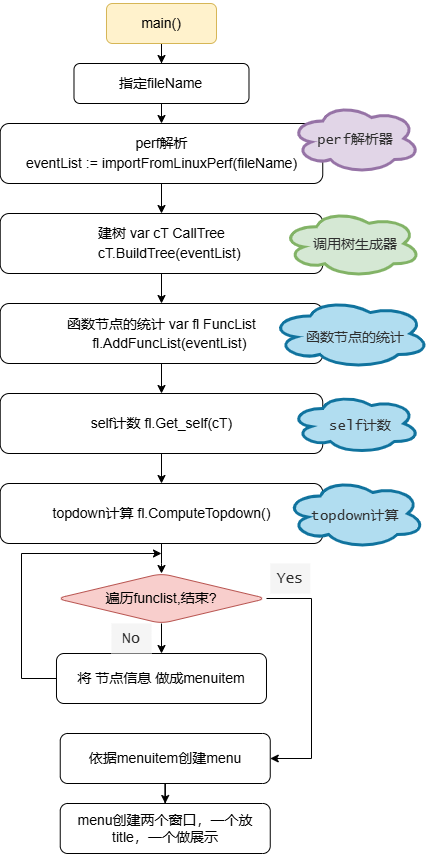
Earlier version of the draw.io export main_ui.drawio.png (Dong-J93/os_pic2024). Source tidied: cells renumbered, new cells last; positions are measured from the earlier drawing's top-left corner, leaving out a move shared by most shapes. Its diagram source:
```xml
<mxGraphModel>
  <root>
    <mxCell id="0" />
    <mxCell id="1" parent="0" />
    <mxCell id="2" style="edgeStyle=orthogonalEdgeStyle;rounded=0;jettySize=auto;html=1;" parent="1" edge="1" source="3" target="9">
      <mxGeometry relative="1" as="geometry" />
    </mxCell>
    <mxCell id="3" value="&lt;p style=&quot;font-size: 14px; line-height: 19px; white-space: pre;&quot;&gt;main()&lt;/p&gt;" style="rounded=1;whiteSpace=wrap;html=1;fillColor=#fff2cc;strokeColor=#d6b656;" parent="1" vertex="1">
      <mxGeometry x="106" width="110" height="40" as="geometry" />
    </mxCell>
    <mxCell id="4" style="edgeStyle=orthogonalEdgeStyle;rounded=0;jettySize=auto;html=1;" parent="1" edge="1" source="5" target="11">
      <mxGeometry relative="1" as="geometry" />
    </mxCell>
    <mxCell id="5" value="&lt;pre style=&quot;line-height: 19px; white-space: pre;&quot;&gt;&lt;font style=&quot;font-size: 14px;&quot;&gt;&lt;font style=&quot;&quot; face=&quot;Helvetica&quot;&gt;perf解析&lt;br&gt;&lt;/font&gt;&lt;font style=&quot;&quot; face=&quot;Helvetica&quot;&gt;eventList := importFromLinuxPerf(fileName)&lt;/font&gt;&lt;/font&gt;&lt;/pre&gt;" style="rounded=1;whiteSpace=wrap;html=1;" parent="1" vertex="1">
      <mxGeometry x="-0.3" y="120" width="322.5" height="60" as="geometry" />
    </mxCell>
    <mxCell id="6" value="&lt;span style=&quot;color: rgba(0, 0, 0, 0); font-family: monospace; font-size: 0px; text-align: start; text-wrap: nowrap;&quot;&gt;%3CmxGraphModel%3E%3Croot%3E%3CmxCell%20id%3D%220%22%2F%3E%3CmxCell%20id%3D%221%22%20parent%3D%220%22%2F%3E%3CmxCell%20id%3D%222%22%20value%3D%22%22%20style%3D%22ellipse%3Bshape%3Dcloud%3BwhiteSpace%3Dwrap%3Bhtml%3D1%3BfillColor%3Dnone%3B%22%20vertex%3D%221%22%20parent%3D%221%22%3E%3CmxGeometry%20x%3D%22330%22%20y%3D%22517%22%20width%3D%22250%22%20height%3D%22120%22%20as%3D%22geometry%22%2F%3E%3C%2FmxCell%3E%3C%2Froot%3E%3C%2FmxGraphModel%3E&lt;/span&gt;" style="ellipse;shape=cloud;whiteSpace=wrap;html=1;fillColor=#e1d5e7;strokeColor=#9673a6;strokeWidth=3;" parent="1" vertex="1">
      <mxGeometry x="289.8" y="100" width="130" height="70" as="geometry" />
    </mxCell>
    <mxCell id="7" value="&lt;font face=&quot;Lucida Console&quot; color=&quot;#2e2e2e&quot; style=&quot;font-size: 14px;&quot;&gt;perf解析器&lt;/font&gt;" style="text;html=1;align=center;verticalAlign=middle;whiteSpace=wrap;rounded=0;fontColor=#1F1F1F;" parent="1" vertex="1">
      <mxGeometry x="299.8" y="120" width="110" height="34" as="geometry" />
    </mxCell>
    <mxCell id="8" style="edgeStyle=orthogonalEdgeStyle;rounded=0;jettySize=auto;html=1;" parent="1" edge="1" source="9" target="5">
      <mxGeometry relative="1" as="geometry" />
    </mxCell>
    <mxCell id="9" value="&lt;font style=&quot;font-size: 14px;&quot;&gt;指定fileName&lt;/font&gt;" style="whiteSpace=wrap;html=1;rounded=1;" parent="1" vertex="1">
      <mxGeometry x="73.5" y="60" width="175" height="40" as="geometry" />
    </mxCell>
    <mxCell id="10" style="edgeStyle=orthogonalEdgeStyle;rounded=0;jettySize=auto;html=1;" parent="1" edge="1" source="11" target="15">
      <mxGeometry relative="1" as="geometry" />
    </mxCell>
    <mxCell id="11" value="&lt;p style=&quot;line-height: 19px; white-space: pre;&quot;&gt;&lt;font face=&quot;Helvetica&quot; style=&quot;font-size: 14px;&quot;&gt;建树 var cT CallTree&lt;br&gt;&amp;nbsp; &amp;nbsp; cT.BuildTree(eventList)&lt;/font&gt;&lt;/p&gt;" style="rounded=1;whiteSpace=wrap;html=1;" parent="1" vertex="1">
      <mxGeometry x="-0.3" y="210" width="322.5" height="60" as="geometry" />
    </mxCell>
    <mxCell id="12" value="&lt;span style=&quot;color: rgba(0, 0, 0, 0); font-family: monospace; font-size: 0px; text-align: start; text-wrap: nowrap;&quot;&gt;%3CmxGraphModel%3E%3Croot%3E%3CmxCell%20id%3D%220%22%2F%3E%3CmxCell%20id%3D%221%22%20parent%3D%220%22%2F%3E%3CmxCell%20id%3D%222%22%20value%3D%22%22%20style%3D%22ellipse%3Bshape%3Dcloud%3BwhiteSpace%3Dwrap%3Bhtml%3D1%3BfillColor%3Dnone%3B%22%20vertex%3D%221%22%20parent%3D%221%22%3E%3CmxGeometry%20x%3D%22330%22%20y%3D%22517%22%20width%3D%22250%22%20height%3D%22120%22%20as%3D%22geometry%22%2F%3E%3C%2FmxCell%3E%3C%2Froot%3E%3C%2FmxGraphModel%3E&lt;/span&gt;" style="ellipse;shape=cloud;whiteSpace=wrap;html=1;fillColor=#d5e8d4;strokeColor=#82b366;strokeWidth=3;" parent="1" vertex="1">
      <mxGeometry x="281" y="206.2" width="140" height="67.5" as="geometry" />
    </mxCell>
    <mxCell id="13" value="&lt;font face=&quot;Lucida Console&quot; color=&quot;#2e2e2e&quot;&gt;&lt;span style=&quot;font-size: 14px;&quot;&gt;调用树生成器&lt;/span&gt;&lt;/font&gt;" style="text;html=1;align=center;verticalAlign=middle;whiteSpace=wrap;rounded=0;fontColor=#1F1F1F;" parent="1" vertex="1">
      <mxGeometry x="299.8" y="225" width="110" height="34" as="geometry" />
    </mxCell>
    <mxCell id="14" style="edgeStyle=orthogonalEdgeStyle;rounded=0;jettySize=auto;html=1;" parent="1" edge="1" source="15" target="17">
      <mxGeometry relative="1" as="geometry" />
    </mxCell>
    <mxCell id="15" value="&lt;div style=&quot;font-size: 14px; line-height: 19px; white-space: pre;&quot;&gt;&lt;pre style=&quot;&quot;&gt;&lt;font face=&quot;Helvetica&quot;&gt;函数节点的统计 var fl FuncList&lt;br&gt;&amp;nbsp; &amp;nbsp; fl.AddFuncList(eventList)&lt;/font&gt;&lt;/pre&gt;&lt;/div&gt;" style="rounded=1;whiteSpace=wrap;html=1;" parent="1" vertex="1">
      <mxGeometry x="-0.3" y="300" width="322.5" height="60" as="geometry" />
    </mxCell>
    <mxCell id="16" style="edgeStyle=orthogonalEdgeStyle;rounded=0;jettySize=auto;html=1;" parent="1" edge="1" source="17" target="23">
      <mxGeometry relative="1" as="geometry" />
    </mxCell>
    <mxCell id="17" value="&lt;div style=&quot;font-size: 14px; line-height: 19px; white-space: pre;&quot;&gt;&lt;pre style=&quot;&quot;&gt;&lt;font face=&quot;Helvetica&quot;&gt;self计数 fl.Get_self(cT)&lt;/font&gt;&lt;/pre&gt;&lt;/div&gt;" style="rounded=1;whiteSpace=wrap;html=1;" parent="1" vertex="1">
      <mxGeometry x="-0.3" y="390" width="322.5" height="60" as="geometry" />
    </mxCell>
    <mxCell id="18" value="&lt;span style=&quot;color: rgba(0, 0, 0, 0); font-family: monospace; font-size: 0px; text-align: start; text-wrap: nowrap;&quot;&gt;%3CmxGraphModel%3E%3Croot%3E%3CmxCell%20id%3D%220%22%2F%3E%3CmxCell%20id%3D%221%22%20parent%3D%220%22%2F%3E%3CmxCell%20id%3D%222%22%20value%3D%22%22%20style%3D%22ellipse%3Bshape%3Dcloud%3BwhiteSpace%3Dwrap%3Bhtml%3D1%3BfillColor%3Dnone%3B%22%20vertex%3D%221%22%20parent%3D%221%22%3E%3CmxGeometry%20x%3D%22330%22%20y%3D%22517%22%20width%3D%22250%22%20height%3D%22120%22%20as%3D%22geometry%22%2F%3E%3C%2FmxCell%3E%3C%2Froot%3E%3C%2FmxGraphModel%3E&lt;/span&gt;" style="ellipse;shape=cloud;whiteSpace=wrap;html=1;fillColor=#b1ddf0;strokeColor=#10739e;strokeWidth=3;" parent="1" vertex="1">
      <mxGeometry x="269.8" y="295" width="160" height="70" as="geometry" />
    </mxCell>
    <mxCell id="19" value="&lt;font face=&quot;Lucida Console&quot; color=&quot;#2e2e2e&quot;&gt;&lt;span style=&quot;font-size: 14px;&quot;&gt;函数节点的统计&lt;/span&gt;&lt;/font&gt;" style="text;html=1;align=center;verticalAlign=middle;whiteSpace=wrap;rounded=0;fontColor=#1F1F1F;" parent="1" vertex="1">
      <mxGeometry x="299.8" y="318" width="110" height="34" as="geometry" />
    </mxCell>
    <mxCell id="20" value="&lt;span style=&quot;color: rgba(0, 0, 0, 0); font-family: monospace; font-size: 0px; text-align: start; text-wrap: nowrap;&quot;&gt;%3CmxGraphModel%3E%3Croot%3E%3CmxCell%20id%3D%220%22%2F%3E%3CmxCell%20id%3D%221%22%20parent%3D%220%22%2F%3E%3CmxCell%20id%3D%222%22%20value%3D%22%22%20style%3D%22ellipse%3Bshape%3Dcloud%3BwhiteSpace%3Dwrap%3Bhtml%3D1%3BfillColor%3Dnone%3B%22%20vertex%3D%221%22%20parent%3D%221%22%3E%3CmxGeometry%20x%3D%22330%22%20y%3D%22517%22%20width%3D%22250%22%20height%3D%22120%22%20as%3D%22geometry%22%2F%3E%3C%2FmxCell%3E%3C%2Froot%3E%3C%2FmxGraphModel%3E&lt;/span&gt;" style="ellipse;shape=cloud;whiteSpace=wrap;html=1;fillColor=#b1ddf0;strokeColor=#10739e;strokeWidth=3;" parent="1" vertex="1">
      <mxGeometry x="289.8" y="390" width="130" height="60" as="geometry" />
    </mxCell>
    <mxCell id="21" value="&lt;font face=&quot;Lucida Console&quot; color=&quot;#2e2e2e&quot;&gt;&lt;span style=&quot;font-size: 14px;&quot;&gt;self计数&lt;/span&gt;&lt;/font&gt;" style="text;html=1;align=center;verticalAlign=middle;whiteSpace=wrap;rounded=0;fontColor=#1F1F1F;" parent="1" vertex="1">
      <mxGeometry x="304.8" y="405.5" width="110" height="34" as="geometry" />
    </mxCell>
    <mxCell id="22" style="edgeStyle=orthogonalEdgeStyle;rounded=0;jettySize=auto;html=1;" parent="1" edge="1" source="23" target="28">
      <mxGeometry relative="1" as="geometry" />
    </mxCell>
    <mxCell id="23" value="&lt;div style=&quot;font-size: 14px; line-height: 19px; white-space: pre;&quot;&gt;&lt;pre style=&quot;&quot;&gt;&lt;font face=&quot;Helvetica&quot;&gt;topdown计算 fl.ComputeTopdown()&lt;/font&gt;&lt;/pre&gt;&lt;/div&gt;" style="rounded=1;whiteSpace=wrap;html=1;" parent="1" vertex="1">
      <mxGeometry x="-0.3" y="480" width="322.5" height="60" as="geometry" />
    </mxCell>
    <mxCell id="24" value="&lt;span style=&quot;color: rgba(0, 0, 0, 0); font-family: monospace; font-size: 0px; text-align: start; text-wrap: nowrap;&quot;&gt;%3CmxGraphModel%3E%3Croot%3E%3CmxCell%20id%3D%220%22%2F%3E%3CmxCell%20id%3D%221%22%20parent%3D%220%22%2F%3E%3CmxCell%20id%3D%222%22%20value%3D%22%22%20style%3D%22ellipse%3Bshape%3Dcloud%3BwhiteSpace%3Dwrap%3Bhtml%3D1%3BfillColor%3Dnone%3B%22%20vertex%3D%221%22%20parent%3D%221%22%3E%3CmxGeometry%20x%3D%22330%22%20y%3D%22517%22%20width%3D%22250%22%20height%3D%22120%22%20as%3D%22geometry%22%2F%3E%3C%2FmxCell%3E%3C%2Froot%3E%3C%2FmxGraphModel%3E&lt;/span&gt;" style="ellipse;shape=cloud;whiteSpace=wrap;html=1;fillColor=#b1ddf0;strokeColor=#10739e;strokeWidth=3;" parent="1" vertex="1">
      <mxGeometry x="284.8" y="475" width="140" height="70" as="geometry" />
    </mxCell>
    <mxCell id="25" value="&lt;font face=&quot;Lucida Console&quot; color=&quot;#2e2e2e&quot;&gt;&lt;span style=&quot;font-size: 14px;&quot;&gt;topdown计算&lt;/span&gt;&lt;/font&gt;" style="text;html=1;align=center;verticalAlign=middle;whiteSpace=wrap;rounded=0;fontColor=#1F1F1F;" parent="1" vertex="1">
      <mxGeometry x="299.8" y="495.5" width="110" height="34.5" as="geometry" />
    </mxCell>
    <mxCell id="26" style="edgeStyle=orthogonalEdgeStyle;rounded=0;jettySize=auto;html=1;" parent="1" edge="1" source="28" target="30">
      <mxGeometry relative="1" as="geometry" />
    </mxCell>
    <mxCell id="27" style="edgeStyle=orthogonalEdgeStyle;rounded=0;jettySize=auto;html=1;exitX=1;exitY=0.5;exitDx=0;exitDy=0;entryX=1;entryY=0.5;entryDx=0;entryDy=0;" parent="1" edge="1" source="28" target="34">
      <mxGeometry relative="1" as="geometry">
        <Array as="points">
          <mxPoint x="311" y="595" />
          <mxPoint x="311" y="755" />
        </Array>
      </mxGeometry>
    </mxCell>
    <mxCell id="28" value="&lt;font style=&quot;font-size: 14px;&quot;&gt;遍历funclist,结束?&lt;/font&gt;" style="rhombus;whiteSpace=wrap;html=1;fillColor=#f8cecc;rounded=1;strokeColor=#b85450;" parent="1" vertex="1">
      <mxGeometry x="56" y="570" width="210" height="50" as="geometry" />
    </mxCell>
    <mxCell id="29" style="edgeStyle=orthogonalEdgeStyle;rounded=0;jettySize=auto;html=1;exitX=0;exitY=0.5;exitDx=0;exitDy=0;" parent="1" edge="1" source="30">
      <mxGeometry relative="1" as="geometry">
        <mxPoint x="161" y="550" as="targetPoint" />
        <Array as="points">
          <mxPoint x="21" y="675" />
          <mxPoint x="21" y="550" />
        </Array>
      </mxGeometry>
    </mxCell>
    <mxCell id="30" value="&lt;font style=&quot;font-size: 14px;&quot;&gt;将 节点信息 做成menuitem&lt;/font&gt;" style="whiteSpace=wrap;html=1;rounded=1;" parent="1" vertex="1">
      <mxGeometry x="56" y="650" width="210" height="50" as="geometry" />
    </mxCell>
    <mxCell id="31" value="&lt;font face=&quot;Lucida Console&quot; color=&quot;#2e2e2e&quot;&gt;&lt;span style=&quot;font-size: 15px;&quot;&gt;No&lt;/span&gt;&lt;/font&gt;" style="text;html=1;align=center;verticalAlign=middle;whiteSpace=wrap;rounded=0;fontColor=#333333;fillColor=#f5f5f5;strokeColor=none;" parent="1" vertex="1">
      <mxGeometry x="111" y="620" width="40" height="30" as="geometry" />
    </mxCell>
    <mxCell id="32" value="&lt;font face=&quot;Lucida Console&quot; color=&quot;#2e2e2e&quot;&gt;&lt;span style=&quot;font-size: 15px;&quot;&gt;Yes&lt;/span&gt;&lt;/font&gt;" style="text;html=1;align=center;verticalAlign=middle;whiteSpace=wrap;rounded=0;fontColor=#333333;fillColor=#f5f5f5;strokeColor=none;" parent="1" vertex="1">
      <mxGeometry x="269.8" y="560" width="40" height="30" as="geometry" />
    </mxCell>
    <mxCell id="33" style="edgeStyle=orthogonalEdgeStyle;rounded=0;jettySize=auto;html=1;" parent="1" edge="1" source="34" target="35">
      <mxGeometry relative="1" as="geometry" />
    </mxCell>
    <mxCell id="34" value="&lt;font style=&quot;font-size: 14px;&quot;&gt;依据menuitem创建menu&lt;/font&gt;" style="whiteSpace=wrap;html=1;rounded=1;" parent="1" vertex="1">
      <mxGeometry x="59.7" y="730" width="210" height="50" as="geometry" />
    </mxCell>
    <mxCell id="35" value="&lt;span style=&quot;font-size: 14px;&quot;&gt;menu创建两个窗口，一个放title，一个做展示&lt;/span&gt;" style="whiteSpace=wrap;html=1;rounded=1;" parent="1" vertex="1">
      <mxGeometry x="59.7" y="800" width="210" height="50" as="geometry" />
    </mxCell>
  </root>
</mxGraphModel>
```
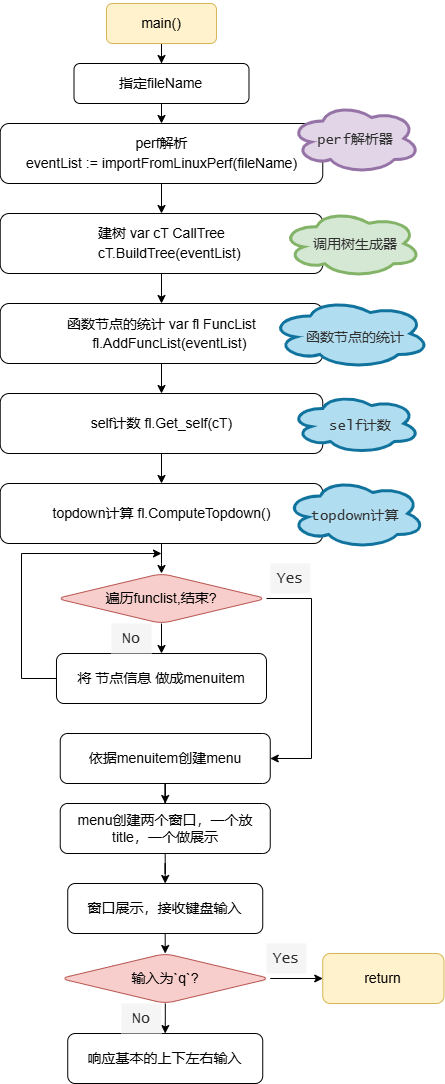
After the change.

Diff of the diagram source:
```diff
@@ -112,8 +112,38 @@
     <mxCell id="34" value="&lt;font style=&quot;font-size: 14px;&quot;&gt;依据menuitem创建menu&lt;/font&gt;" style="whiteSpace=wrap;html=1;rounded=1;" parent="1" vertex="1">
       <mxGeometry x="59.7" y="730" width="210" height="50" as="geometry" />
     </mxCell>
+    <mxCell id="36" style="edgeStyle=orthogonalEdgeStyle;rounded=0;jettySize=auto;html=1;" parent="1" edge="1" source="35" target="38">
+      <mxGeometry relative="1" as="geometry" />
+    </mxCell>
     <mxCell id="35" value="&lt;span style=&quot;font-size: 14px;&quot;&gt;menu创建两个窗口，一个放title，一个做展示&lt;/span&gt;" style="whiteSpace=wrap;html=1;rounded=1;" parent="1" vertex="1">
       <mxGeometry x="59.7" y="800" width="210" height="50" as="geometry" />
     </mxCell>
+    <mxCell id="37" style="edgeStyle=orthogonalEdgeStyle;rounded=0;jettySize=auto;html=1;" parent="1" edge="1" source="38" target="41">
+      <mxGeometry relative="1" as="geometry" />
+    </mxCell>
+    <mxCell id="38" value="&lt;font style=&quot;font-size: 14px;&quot;&gt;窗口展示，接收键盘输入&lt;/font&gt;" style="whiteSpace=wrap;html=1;rounded=1;" parent="1" vertex="1">
+      <mxGeometry x="67.2" y="880" width="195" height="50" as="geometry" />
+    </mxCell>
+    <mxCell id="39" style="edgeStyle=orthogonalEdgeStyle;rounded=0;jettySize=auto;html=1;" parent="1" edge="1" source="41" target="42">
+      <mxGeometry relative="1" as="geometry" />
+    </mxCell>
+    <mxCell id="40" style="edgeStyle=orthogonalEdgeStyle;rounded=0;jettySize=auto;html=1;" parent="1" edge="1" source="41" target="44">
+      <mxGeometry relative="1" as="geometry" />
+    </mxCell>
+    <mxCell id="41" value="&lt;font style=&quot;font-size: 14px;&quot;&gt;输入为`q`?&lt;/font&gt;" style="rhombus;whiteSpace=wrap;html=1;fillColor=#f8cecc;rounded=1;strokeColor=#b85450;" parent="1" vertex="1">
+      <mxGeometry x="59.8" y="950" width="210" height="50" as="geometry" />
+    </mxCell>
+    <mxCell id="42" value="&lt;font style=&quot;font-size: 14px;&quot;&gt;return&lt;/font&gt;" style="whiteSpace=wrap;html=1;rounded=1;fillColor=#fff2cc;strokeColor=#d6b656;" parent="1" vertex="1">
+      <mxGeometry x="322.2" y="950" width="121.2" height="50" as="geometry" />
+    </mxCell>
+    <mxCell id="43" value="&lt;font face=&quot;Lucida Console&quot; color=&quot;#2e2e2e&quot;&gt;&lt;span style=&quot;font-size: 15px;&quot;&gt;Yes&lt;/span&gt;&lt;/font&gt;" style="text;html=1;align=center;verticalAlign=middle;whiteSpace=wrap;rounded=0;fontColor=#333333;fillColor=#f5f5f5;strokeColor=none;" parent="1" vertex="1">
+      <mxGeometry x="266" y="940" width="40" height="30" as="geometry" />
+    </mxCell>
+    <mxCell id="44" value="&lt;span style=&quot;font-size: 14px;&quot;&gt;响应基本的上下左右输入&lt;/span&gt;" style="whiteSpace=wrap;html=1;rounded=1;" parent="1" vertex="1">
+      <mxGeometry x="67.2" y="1030" width="195" height="50" as="geometry" />
+    </mxCell>
+    <mxCell id="45" value="&lt;font face=&quot;Lucida Console&quot; color=&quot;#2e2e2e&quot;&gt;&lt;span style=&quot;font-size: 15px;&quot;&gt;No&lt;/span&gt;&lt;/font&gt;" style="text;html=1;align=center;verticalAlign=middle;whiteSpace=wrap;rounded=0;fontColor=#333333;fillColor=#f5f5f5;strokeColor=none;" parent="1" vertex="1">
+      <mxGeometry x="121" y="1000" width="40" height="30" as="geometry" />
+    </mxCell>
   </root>
 </mxGraphModel>
```
